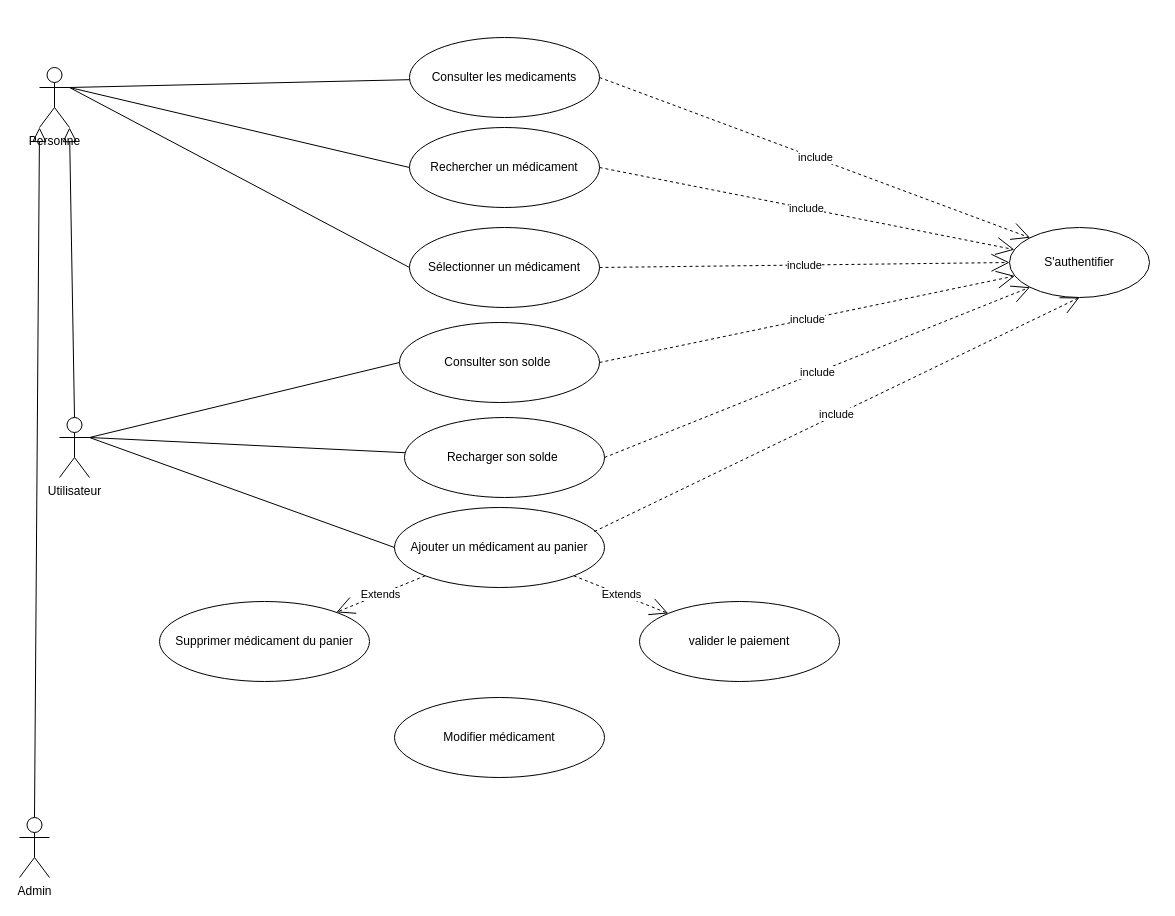
Earlier version of the draw.io diagram resources/Diagram_De_Cas_Utilisation.drawio (alphalok/pharmacie-app). Source tidied: cells renumbered, new cells numbered last; positions are measured from the earlier drawing's top-left corner, leaving out a move shared by most shapes. Both pictures are drawn from the tidied source at 100%, with x=0, y=0 at pixel (19, 37).
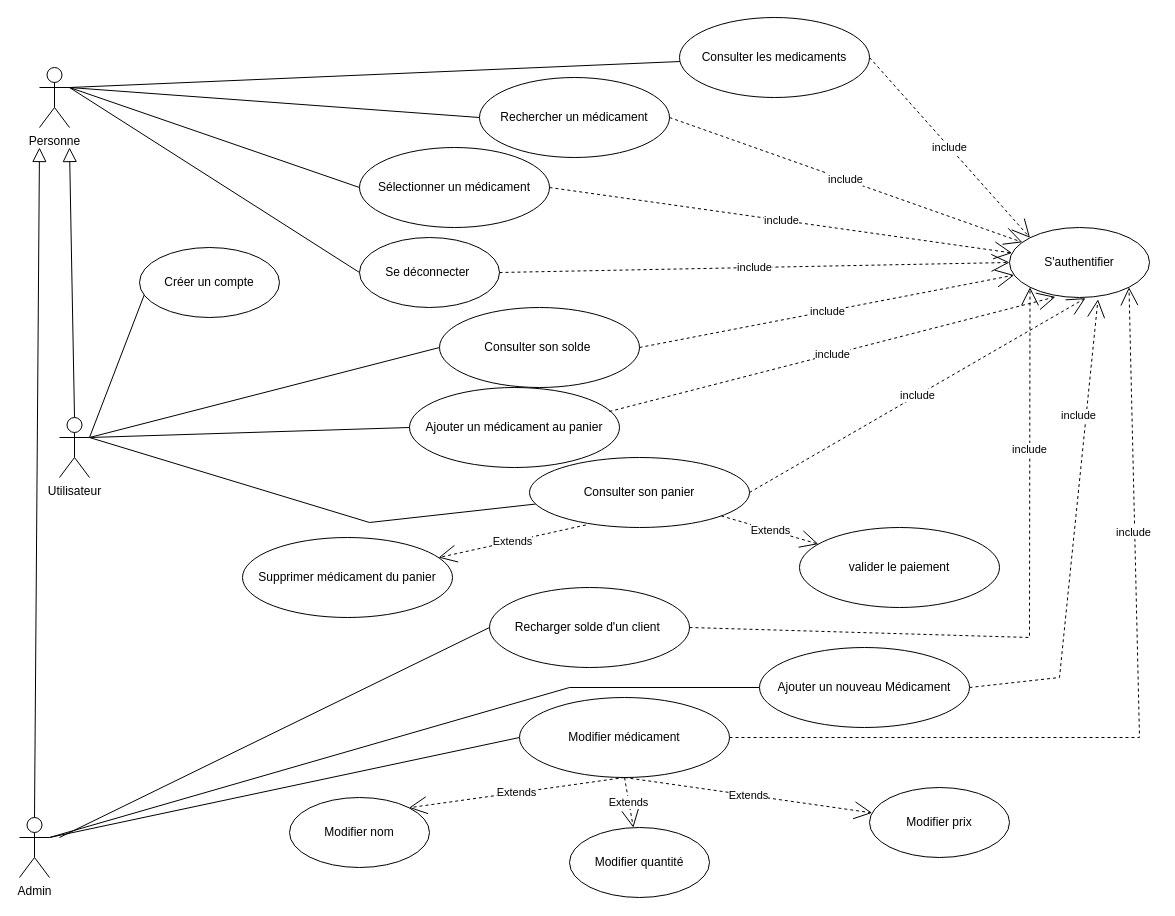
The same diagram, later.

Unchanged cells that the change refers to:
```xml
<mxCell id="5" value="Personne" style="shape=umlActor;verticalLabelPosition=bottom;verticalAlign=top;html=1;outlineConnect=0;" parent="1" vertex="1">
  <mxGeometry x="20" y="30" width="30" height="60" as="geometry" />
</mxCell>
<mxCell id="9" value="Utilisateur" style="shape=umlActor;verticalLabelPosition=bottom;verticalAlign=top;html=1;outlineConnect=0;" parent="1" vertex="1">
  <mxGeometry x="40" y="380" width="30" height="60" as="geometry" />
</mxCell>
<mxCell id="10" value="Admin" style="shape=umlActor;verticalLabelPosition=bottom;verticalAlign=top;html=1;outlineConnect=0;" parent="1" vertex="1">
  <mxGeometry y="780" width="30" height="60" as="geometry" />
</mxCell>
<mxCell id="13" value="S'authentifier" style="ellipse;whiteSpace=wrap;html=1;" parent="1" vertex="1">
  <mxGeometry x="990" y="190" width="140" height="70" as="geometry" />
</mxCell>
```

Change to the diagram source:
```diff
@@
-    <mxCell id="7" style="edgeStyle=none;rounded=0;jettySize=auto;html=1;exitX=1;exitY=0.3333333333333333;exitDx=0;exitDy=0;exitPerimeter=0;endArrow=none;endFill=0;" parent="1" edge="1" source="9" target="20">
-      <mxGeometry relative="1" as="geometry" />
-    </mxCell>
@@
+    <mxCell id="31" style="edgeStyle=none;rounded=0;jettySize=auto;html=1;exitX=1;exitY=0.3333333333333333;exitDx=0;exitDy=0;exitPerimeter=0;entryX=0.035;entryY=0.671;entryDx=0;entryDy=0;entryPerimeter=0;endArrow=none;endFill=0;" parent="1" edge="1" source="9" target="35">
+      <mxGeometry relative="1" as="geometry" />
+    </mxCell>
+    <mxCell id="32" style="edgeStyle=none;rounded=0;jettySize=auto;html=1;endArrow=none;endFill=0;" parent="1" edge="1" target="36">
+      <mxGeometry relative="1" as="geometry">
+        <mxPoint x="70" y="400" as="sourcePoint" />
+        <Array as="points">
+          <mxPoint x="350" y="485" />
+        </Array>
+      </mxGeometry>
+    </mxCell>
@@
+    <mxCell id="33" style="edgeStyle=none;rounded=0;jettySize=auto;html=1;exitX=1;exitY=0.3333333333333333;exitDx=0;exitDy=0;exitPerimeter=0;entryX=0;entryY=0.5;entryDx=0;entryDy=0;endArrow=none;endFill=0;" parent="1" edge="1" source="10" target="30">
+      <mxGeometry relative="1" as="geometry" />
+    </mxCell>
@@
-    <mxCell id="11" style="endArrow=block;endFill=0;endSize=12;html=1;rounded=0;exitX=0.5;exitY=0;exitDx=0;exitDy=0;exitPerimeter=0;entryX=0;entryY=1;entryDx=0;entryDy=0;entryPerimeter=0;" parent="1" edge="1" source="10" target="5">
-      <mxGeometry relative="1" as="geometry" />
+    <mxCell id="11" style="endArrow=block;endFill=0;endSize=12;html=1;rounded=0;exitX=0.5;exitY=0;exitDx=0;exitDy=0;exitPerimeter=0;" parent="1" edge="1" source="10">
+      <mxGeometry relative="1" as="geometry">
+        <mxPoint x="20" y="110" as="targetPoint" />
+      </mxGeometry>
     </mxCell>
-    <mxCell id="12" style="endArrow=block;endFill=0;endSize=12;html=1;rounded=0;exitX=0.5;exitY=0;exitDx=0;exitDy=0;exitPerimeter=0;entryX=1;entryY=1;entryDx=0;entryDy=0;entryPerimeter=0;" parent="1" edge="1" source="9" target="5">
-      <mxGeometry relative="1" as="geometry" />
+    <mxCell id="12" style="endArrow=block;endFill=0;endSize=12;html=1;rounded=0;exitX=0.5;exitY=0;exitDx=0;exitDy=0;exitPerimeter=0;" parent="1" edge="1" source="9">
+      <mxGeometry relative="1" as="geometry">
+        <mxPoint x="50" y="110" as="targetPoint" />
+      </mxGeometry>
     </mxCell>
@@
     <mxCell id="14" value="Rechercher un médicament" style="ellipse;whiteSpace=wrap;html=1;" parent="1" vertex="1">
-      <mxGeometry x="390" y="90" width="190" height="80" as="geometry" />
+      <mxGeometry x="460" y="40" width="190" height="80" as="geometry" />
     </mxCell>
     <mxCell id="15" value="Sélectionner un médicament" style="ellipse;whiteSpace=wrap;html=1;" parent="1" vertex="1">
-      <mxGeometry x="390" y="190" width="190" height="80" as="geometry" />
+      <mxGeometry x="340" y="110" width="190" height="80" as="geometry" />
     </mxCell>
     <mxCell id="16" value="Consulter les medicaments" style="ellipse;whiteSpace=wrap;html=1;" parent="1" vertex="1">
-      <mxGeometry x="390" width="190" height="80" as="geometry" />
+      <mxGeometry x="660" y="-20" width="190" height="80" as="geometry" />
     </mxCell>
     <mxCell id="17" value="Ajouter un médicament au panier" style="ellipse;whiteSpace=wrap;html=1;" parent="1" vertex="1">
-      <mxGeometry x="375" y="470" width="210" height="80" as="geometry" />
+      <mxGeometry x="390" y="350" width="210" height="80" as="geometry" />
     </mxCell>
     <mxCell id="18" value="Supprimer médicament du panier" style="ellipse;whiteSpace=wrap;html=1;" parent="1" vertex="1">
-      <mxGeometry x="140" y="564" width="210" height="80" as="geometry" />
+      <mxGeometry x="223" y="500" width="210" height="80" as="geometry" />
     </mxCell>
     <mxCell id="19" value="Consulter son solde&amp;nbsp;" style="ellipse;whiteSpace=wrap;html=1;" parent="1" vertex="1">
-      <mxGeometry x="380" y="285" width="200" height="80" as="geometry" />
+      <mxGeometry x="420" y="270" width="200" height="80" as="geometry" />
     </mxCell>
+    <mxCell id="34" style="edgeStyle=none;rounded=0;jettySize=auto;html=1;exitX=0;exitY=0.5;exitDx=0;exitDy=0;endArrow=none;endFill=0;" parent="1" edge="1" source="20">
+      <mxGeometry relative="1" as="geometry">
+        <mxPoint x="40" y="800" as="targetPoint" />
+      </mxGeometry>
+    </mxCell>
-    <mxCell id="20" value="Recharger son solde&amp;nbsp;" style="ellipse;whiteSpace=wrap;html=1;" parent="1" vertex="1">
-      <mxGeometry x="385" y="380" width="200" height="80" as="geometry" />
+    <mxCell id="20" value="Recharger solde d'un client&amp;nbsp;" style="ellipse;whiteSpace=wrap;html=1;" parent="1" vertex="1">
+      <mxGeometry x="470" y="550" width="200" height="80" as="geometry" />
     </mxCell>
     <mxCell id="21" value="valider le paiement" style="ellipse;whiteSpace=wrap;html=1;" parent="1" vertex="1">
-      <mxGeometry x="620" y="564" width="200" height="80" as="geometry" />
+      <mxGeometry x="780" y="490" width="200" height="80" as="geometry" />
     </mxCell>
-    <mxCell id="22" value="Extends" style="endArrow=open;endSize=16;endFill=0;html=1;rounded=0;exitX=0;exitY=1;exitDx=0;exitDy=0;dashed=1;" parent="1" edge="1" source="17" target="18">
+    <mxCell id="22" value="Extends" style="endArrow=open;endSize=16;endFill=0;html=1;rounded=0;exitX=0.256;exitY=0.964;exitDx=0;exitDy=0;dashed=1;exitPerimeter=0;" parent="1" edge="1" source="36" target="18">
       <mxGeometry relative="1" as="geometry" />
     </mxCell>
-    <mxCell id="23" value="Extends" style="endArrow=open;endSize=16;endFill=0;html=1;rounded=0;exitX=1;exitY=1;exitDx=0;exitDy=0;dashed=1;" parent="1" edge="1" source="17" target="21">
+    <mxCell id="23" value="Extends" style="endArrow=open;endSize=16;endFill=0;html=1;rounded=0;dashed=1;" parent="1" edge="1" source="36" target="21">
       <mxGeometry relative="1" as="geometry" />
     </mxCell>
@@
-    <mxCell id="26" value="include" style="endArrow=open;endSize=16;endFill=0;html=1;rounded=0;dashed=1;exitX=1;exitY=0.5;exitDx=0;exitDy=0;entryX=0;entryY=0.5;entryDx=0;entryDy=0;" parent="1" edge="1" source="15" target="13">
+    <mxCell id="26" value="include" style="endArrow=open;endSize=16;endFill=0;html=1;rounded=0;dashed=1;exitX=1;exitY=0.5;exitDx=0;exitDy=0;" parent="1" edge="1" source="15" target="13">
       <mxGeometry relative="1" as="geometry" />
     </mxCell>
@@
     <mxCell id="28" value="include" style="endArrow=open;endSize=16;endFill=0;html=1;rounded=0;dashed=1;exitX=1;exitY=0.5;exitDx=0;exitDy=0;entryX=0;entryY=1;entryDx=0;entryDy=0;" parent="1" edge="1" source="20" target="13">
-      <mxGeometry relative="1" as="geometry" />
+      <mxGeometry x="0.53" relative="1" as="geometry">
+        <Array as="points">
+          <mxPoint x="1010" y="600" />
+        </Array>
+      </mxGeometry>
     </mxCell>
-    <mxCell id="29" value="include" style="endArrow=open;endSize=16;endFill=0;html=1;rounded=0;dashed=1;exitX=0.952;exitY=0.3;exitDx=0;exitDy=0;exitPerimeter=0;entryX=0.5;entryY=1;entryDx=0;entryDy=0;" parent="1" edge="1" source="17" target="13">
+    <mxCell id="29" value="include" style="endArrow=open;endSize=16;endFill=0;html=1;rounded=0;dashed=1;exitX=0.952;exitY=0.3;exitDx=0;exitDy=0;exitPerimeter=0;entryX=0.328;entryY=0.991;entryDx=0;entryDy=0;entryPerimeter=0;" parent="1" edge="1" source="17" target="13">
       <mxGeometry relative="1" as="geometry" />
     </mxCell>
     <mxCell id="30" value="Modifier médicament" style="ellipse;whiteSpace=wrap;html=1;" parent="1" vertex="1">
-      <mxGeometry x="375" y="660" width="210" height="80" as="geometry" />
+      <mxGeometry x="500" y="660" width="210" height="80" as="geometry" />
     </mxCell>
+    <mxCell id="35" value="Créer un compte" style="ellipse;whiteSpace=wrap;html=1;" parent="1" vertex="1">
+      <mxGeometry x="120" y="210" width="140" height="70" as="geometry" />
+    </mxCell>
+    <mxCell id="36" value="Consulter son panier" style="ellipse;whiteSpace=wrap;html=1;" parent="1" vertex="1">
+      <mxGeometry x="510" y="420" width="220" height="70" as="geometry" />
+    </mxCell>
+    <mxCell id="37" value="include" style="endArrow=open;endSize=16;endFill=0;html=1;rounded=0;dashed=1;exitX=1;exitY=0.5;exitDx=0;exitDy=0;entryX=0.543;entryY=1.009;entryDx=0;entryDy=0;entryPerimeter=0;" parent="1" edge="1" source="36" target="13">
+      <mxGeometry relative="1" as="geometry" />
+    </mxCell>
+    <mxCell id="38" style="edgeStyle=none;rounded=0;jettySize=auto;html=1;exitX=0;exitY=0.5;exitDx=0;exitDy=0;endArrow=none;endFill=0;" parent="1" edge="1" source="39">
+      <mxGeometry relative="1" as="geometry">
+        <mxPoint x="50" y="50" as="targetPoint" />
+      </mxGeometry>
+    </mxCell>
+    <mxCell id="39" value="Se déconnecter&amp;nbsp;" style="ellipse;whiteSpace=wrap;html=1;" parent="1" vertex="1">
+      <mxGeometry x="340" y="200" width="140" height="70" as="geometry" />
+    </mxCell>
+    <mxCell id="40" value="include" style="endArrow=open;endSize=16;endFill=0;html=1;rounded=0;dashed=1;exitX=1;exitY=0.5;exitDx=0;exitDy=0;entryX=0;entryY=0.5;entryDx=0;entryDy=0;" parent="1" edge="1" source="39" target="13">
+      <mxGeometry relative="1" as="geometry" />
+    </mxCell>
+    <mxCell id="41" value="include" style="endArrow=open;endSize=16;endFill=0;html=1;rounded=0;dashed=1;exitX=1;exitY=0.5;exitDx=0;exitDy=0;entryX=1;entryY=1;entryDx=0;entryDy=0;" parent="1" edge="1" source="30" target="13">
+      <mxGeometry x="0.43" y="1" relative="1" as="geometry">
+        <Array as="points">
+          <mxPoint x="1120" y="700" />
+        </Array>
+      </mxGeometry>
+    </mxCell>
+    <mxCell id="42" value="Modifier quantité" style="ellipse;whiteSpace=wrap;html=1;" parent="1" vertex="1">
+      <mxGeometry x="550" y="790" width="140" height="70" as="geometry" />
+    </mxCell>
+    <mxCell id="43" value="Modifier prix" style="ellipse;whiteSpace=wrap;html=1;" parent="1" vertex="1">
+      <mxGeometry x="850" y="750" width="140" height="70" as="geometry" />
+    </mxCell>
+    <mxCell id="44" style="edgeStyle=none;rounded=0;jettySize=auto;html=1;exitX=0;exitY=0.5;exitDx=0;exitDy=0;endArrow=none;endFill=0;" parent="1" edge="1" source="45">
+      <mxGeometry relative="1" as="geometry">
+        <mxPoint x="30" y="800" as="targetPoint" />
+        <Array as="points">
+          <mxPoint x="550" y="650" />
+        </Array>
+      </mxGeometry>
+    </mxCell>
+    <mxCell id="45" value="Ajouter un nouveau Médicament" style="ellipse;whiteSpace=wrap;html=1;" parent="1" vertex="1">
+      <mxGeometry x="740" y="610" width="210" height="80" as="geometry" />
+    </mxCell>
+    <mxCell id="46" value="include" style="endArrow=open;endSize=16;endFill=0;html=1;rounded=0;dashed=1;exitX=1;exitY=0.5;exitDx=0;exitDy=0;entryX=0.632;entryY=1.027;entryDx=0;entryDy=0;entryPerimeter=0;" parent="1" edge="1" source="45" target="13">
+      <mxGeometry x="0.5" y="8" relative="1" as="geometry">
+        <Array as="points">
+          <mxPoint x="1040" y="640" />
+        </Array>
+      </mxGeometry>
+    </mxCell>
+    <mxCell id="47" value="Extends" style="endArrow=open;endSize=16;endFill=0;html=1;rounded=0;exitX=0.5;exitY=1;exitDx=0;exitDy=0;dashed=1;entryX=1;entryY=0;entryDx=0;entryDy=0;" parent="1" edge="1" source="30" target="50">
+      <mxGeometry relative="1" as="geometry" />
+    </mxCell>
+    <mxCell id="48" value="Extends" style="endArrow=open;endSize=16;endFill=0;html=1;rounded=0;exitX=0.5;exitY=1;exitDx=0;exitDy=0;dashed=1;" parent="1" edge="1" source="30" target="42">
+      <mxGeometry relative="1" as="geometry" />
+    </mxCell>
+    <mxCell id="49" value="Extends" style="endArrow=open;endSize=16;endFill=0;html=1;rounded=0;exitX=0.5;exitY=1;exitDx=0;exitDy=0;dashed=1;" parent="1" edge="1" source="30" target="43">
+      <mxGeometry relative="1" as="geometry" />
+    </mxCell>
+    <mxCell id="50" value="Modifier nom" style="ellipse;whiteSpace=wrap;html=1;" parent="1" vertex="1">
+      <mxGeometry x="270" y="760" width="140" height="70" as="geometry" />
+    </mxCell>
```
